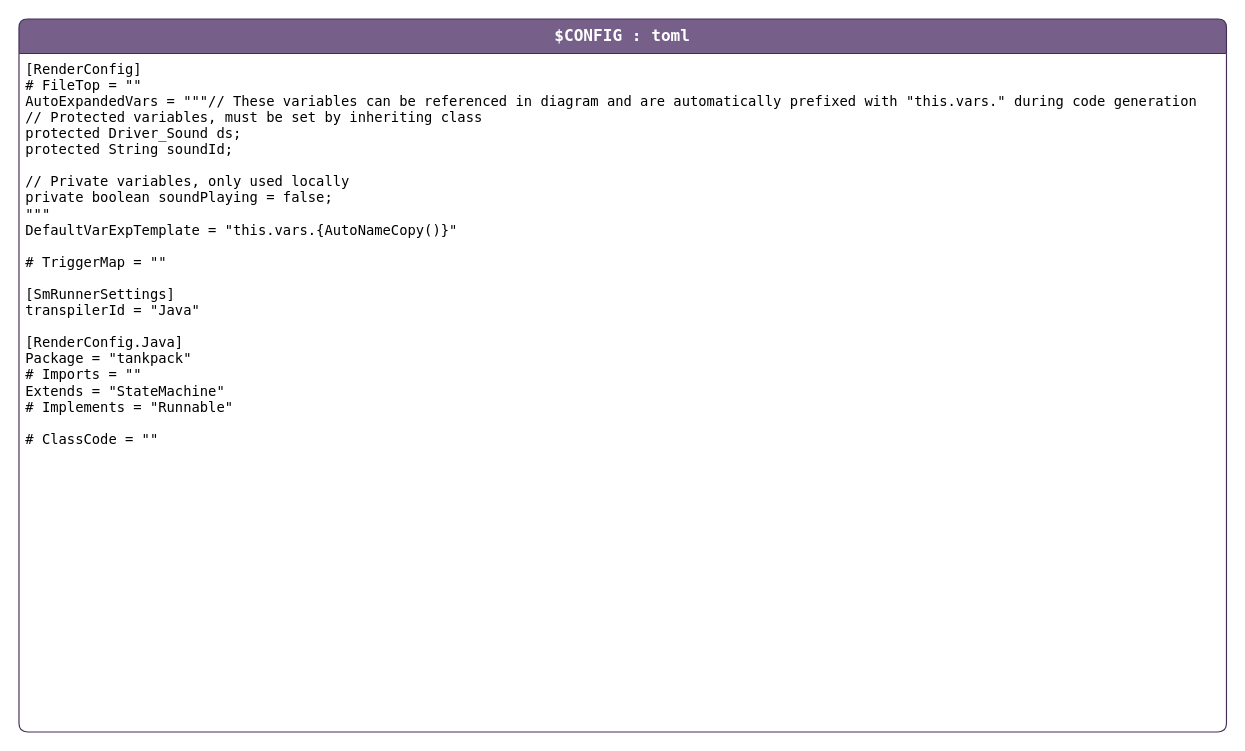
Earlier version of the draw.io diagram page "config" (2 of 3) of ss/Sm_Sound_Generated.drawio (mp-deboer/LegoTank). Source tidied: cells renumbered, new cells numbered last; positions are measured from the earlier drawing's top-left corner, leaving out a move shared by most shapes. Both pictures are drawn from the tidied source at 115%, with x=0, y=0 at pixel (18, 18).
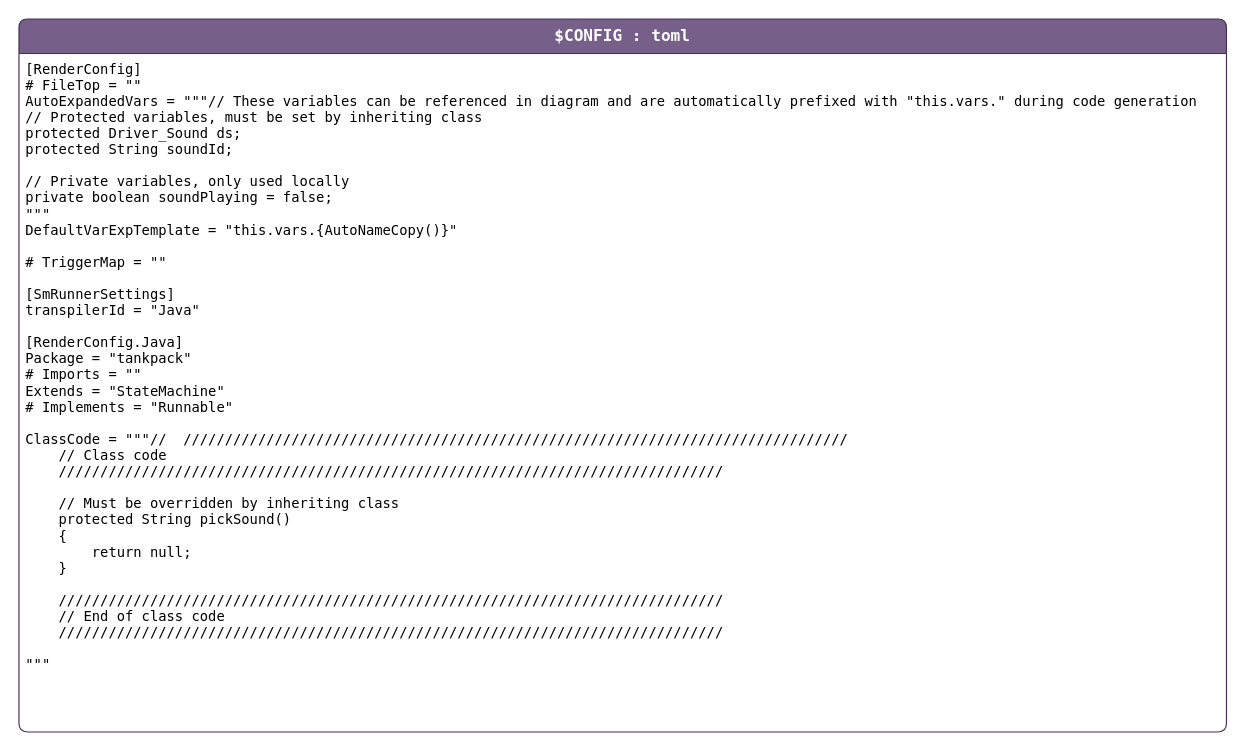
After the change.

The edit, as a diff of the source:
```diff
@@
 <mxGraphModel>
   <root>
     <mxCell id="0" />
     <mxCell id="1" parent="0" />
     <mxCell id="2" value="$CONFIG : toml" style="shape=swimlane;align=center;verticalAlign=top;fontFamily=Lucida Console;startSize=30;fontSize=14;fontStyle=1;swimlaneFillColor=default;rounded=1;arcSize=15;absoluteArcSize=1;fillColor=#76608a;strokeColor=#432D57;fontColor=#ffffff;" parent="1" vertex="1">
       <mxGeometry width="1050" height="620" as="geometry" />
     </mxCell>
-    <mxCell id="3" value="[RenderConfig]&#10;# FileTop = &quot;&quot;&#10;AutoExpandedVars = &quot;&quot;&quot;// These variables can be referenced in diagram and are automatically prefixed with &quot;this.vars.&quot; during code generation&#10;// Protected variables, must be set by inheriting class&#10;protected Driver_Sound ds;&#10;protected String soundId;&#10;&#10;// Private variables, only used locally&#10;private boolean soundPlaying = false;&#10;&quot;&quot;&quot;&#10;DefaultVarExpTemplate = &quot;this.vars.{AutoNameCopy()}&quot;&#10;&#10;# TriggerMap = &quot;&quot;&#10;&#10;[SmRunnerSettings]&#10;transpilerId = &quot;Java&quot;&#10;&#10;[RenderConfig.Java]&#10;Package = &quot;tankpack&quot;&#10;# Imports = &quot;&quot;&#10;Extends = &quot;StateMachine&quot;&#10;# Implements = &quot;Runnable&quot;&#10;&#10;# ClassCode = &quot;&quot;" style="fontFamily=Lucida Console;align=left;verticalAlign=top;fillColor=none;gradientColor=none;strokeColor=none;rounded=0;spacingLeft=4;" parent="2" vertex="1">
-      <mxGeometry y="30" width="1050" height="360" as="geometry" />
+    <mxCell id="3" value="[RenderConfig]&#10;# FileTop = &quot;&quot;&#10;AutoExpandedVars = &quot;&quot;&quot;// These variables can be referenced in diagram and are automatically prefixed with &quot;this.vars.&quot; during code generation&#10;// Protected variables, must be set by inheriting class&#10;protected Driver_Sound ds;&#10;protected String soundId;&#10;&#10;// Private variables, only used locally&#10;private boolean soundPlaying = false;&#10;&quot;&quot;&quot;&#10;DefaultVarExpTemplate = &quot;this.vars.{AutoNameCopy()}&quot;&#10;&#10;# TriggerMap = &quot;&quot;&#10;&#10;[SmRunnerSettings]&#10;transpilerId = &quot;Java&quot;&#10;&#10;[RenderConfig.Java]&#10;Package = &quot;tankpack&quot;&#10;# Imports = &quot;&quot;&#10;Extends = &quot;StateMachine&quot;&#10;# Implements = &quot;Runnable&quot;&#10;&#10;ClassCode = &quot;&quot;&quot;//  ////////////////////////////////////////////////////////////////////////////////&#10;    // Class code&#10;    ////////////////////////////////////////////////////////////////////////////////&#10;    &#10;    // Must be overridden by inheriting class&#10;    protected String pickSound()&#10;    {&#10;        return null;&#10;    }&#10;&#10;    ////////////////////////////////////////////////////////////////////////////////&#10;    // End of class code&#10;    ////////////////////////////////////////////////////////////////////////////////&#10;&#10;&quot;&quot;&quot;" style="fontFamily=Lucida Console;align=left;verticalAlign=top;fillColor=none;gradientColor=none;strokeColor=none;rounded=0;spacingLeft=4;" parent="2" vertex="1">
+      <mxGeometry y="30" width="1050" height="560" as="geometry" />
     </mxCell>
   </root>
 </mxGraphModel>
```
